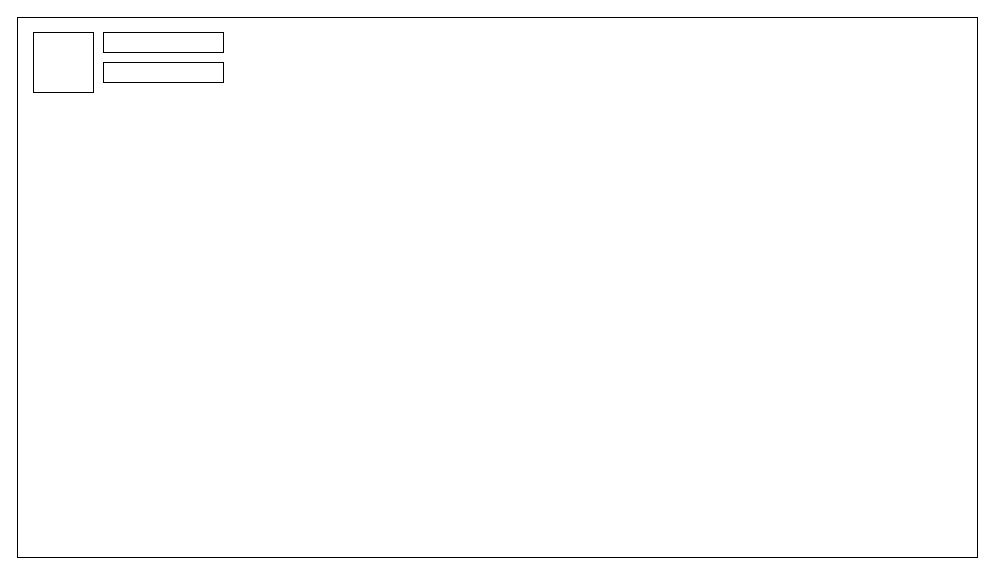
Before: 未命名绘图.drawio in ssw940521/archerBackend, a draw.io diagram. Source tidied: cells renumbered, new cells numbered last; positions are measured from the earlier drawing's top-left corner, leaving out a move shared by most shapes. Both pictures are drawn from the tidied source at 100%, with x=0, y=0 at pixel (17, 17).
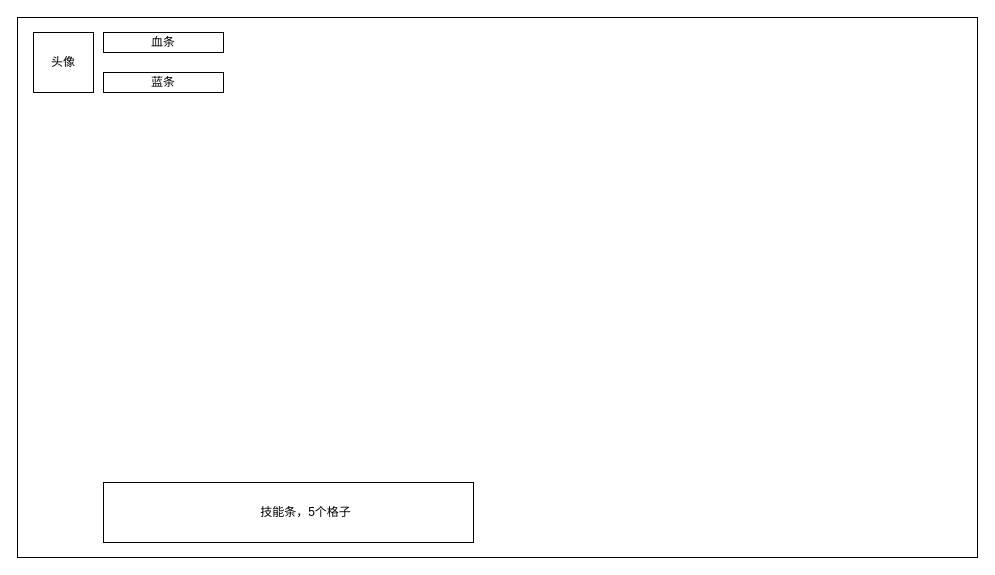
After the change.

Diff of the diagram source:
```diff
@@
 <mxGraphModel>
   <root>
     <mxCell id="0" />
     <mxCell id="1" parent="0" />
     <mxCell id="2" style="rounded=0;whiteSpace=wrap;html=1;fillColor=none;" parent="1" vertex="1">
       <mxGeometry width="960" height="540" as="geometry" />
     </mxCell>
     <mxCell id="3" style="rounded=0;whiteSpace=wrap;html=1;" parent="1" vertex="1">
       <mxGeometry x="16" y="15" width="60" height="60" as="geometry" />
     </mxCell>
+    <mxCell id="6" value="头像" style="text;strokeColor=none;align=center;fillColor=none;html=1;verticalAlign=middle;whiteSpace=wrap;rounded=0;" parent="1" vertex="1">
+      <mxGeometry x="16" y="30" width="60" height="30" as="geometry" />
+    </mxCell>
+    <mxCell id="7" style="group;" parent="1" vertex="1">
+      <mxGeometry x="86" y="10" width="120" height="30" as="geometry" />
+    </mxCell>
-    <mxCell id="4" style="rounded=0;whiteSpace=wrap;html=1;" parent="1" vertex="1">
-      <mxGeometry x="86" y="15" width="120" height="20" as="geometry" />
+    <mxCell id="4" style="rounded=0;whiteSpace=wrap;html=1;" parent="7" vertex="1">
+      <mxGeometry y="5" width="120" height="20" as="geometry" />
     </mxCell>
+    <mxCell id="8" value="血条" style="text;strokeColor=none;align=center;fillColor=none;html=1;verticalAlign=middle;whiteSpace=wrap;rounded=0;" parent="7" vertex="1">
+      <mxGeometry x="30" width="60" height="30" as="geometry" />
+    </mxCell>
+    <mxCell id="9" style="group;" parent="1" vertex="1">
+      <mxGeometry x="86" y="50" width="120" height="30" as="geometry" />
+    </mxCell>
-    <mxCell id="5" style="rounded=0;whiteSpace=wrap;html=1;" parent="1" vertex="1">
-      <mxGeometry x="86" y="45" width="120" height="20" as="geometry" />
+    <mxCell id="5" style="rounded=0;whiteSpace=wrap;html=1;" parent="9" vertex="1">
+      <mxGeometry y="5" width="120" height="20" as="geometry" />
     </mxCell>
+    <mxCell id="10" value="蓝条" style="text;strokeColor=none;align=center;fillColor=none;html=1;verticalAlign=middle;whiteSpace=wrap;rounded=0;" parent="9" vertex="1">
+      <mxGeometry x="30" width="60" height="30" as="geometry" />
+    </mxCell>
+    <mxCell id="11" style="rounded=0;whiteSpace=wrap;html=1;fillColor=none;" parent="1" vertex="1">
+      <mxGeometry x="86" y="465" width="370" height="60" as="geometry" />
+    </mxCell>
+    <mxCell id="12" value="技能条，5个格子" style="text;strokeColor=none;align=center;fillColor=none;html=1;verticalAlign=middle;whiteSpace=wrap;rounded=0;" parent="1" vertex="1">
+      <mxGeometry x="241" y="480" width="95" height="30" as="geometry" />
+    </mxCell>
   </root>
 </mxGraphModel>
```
